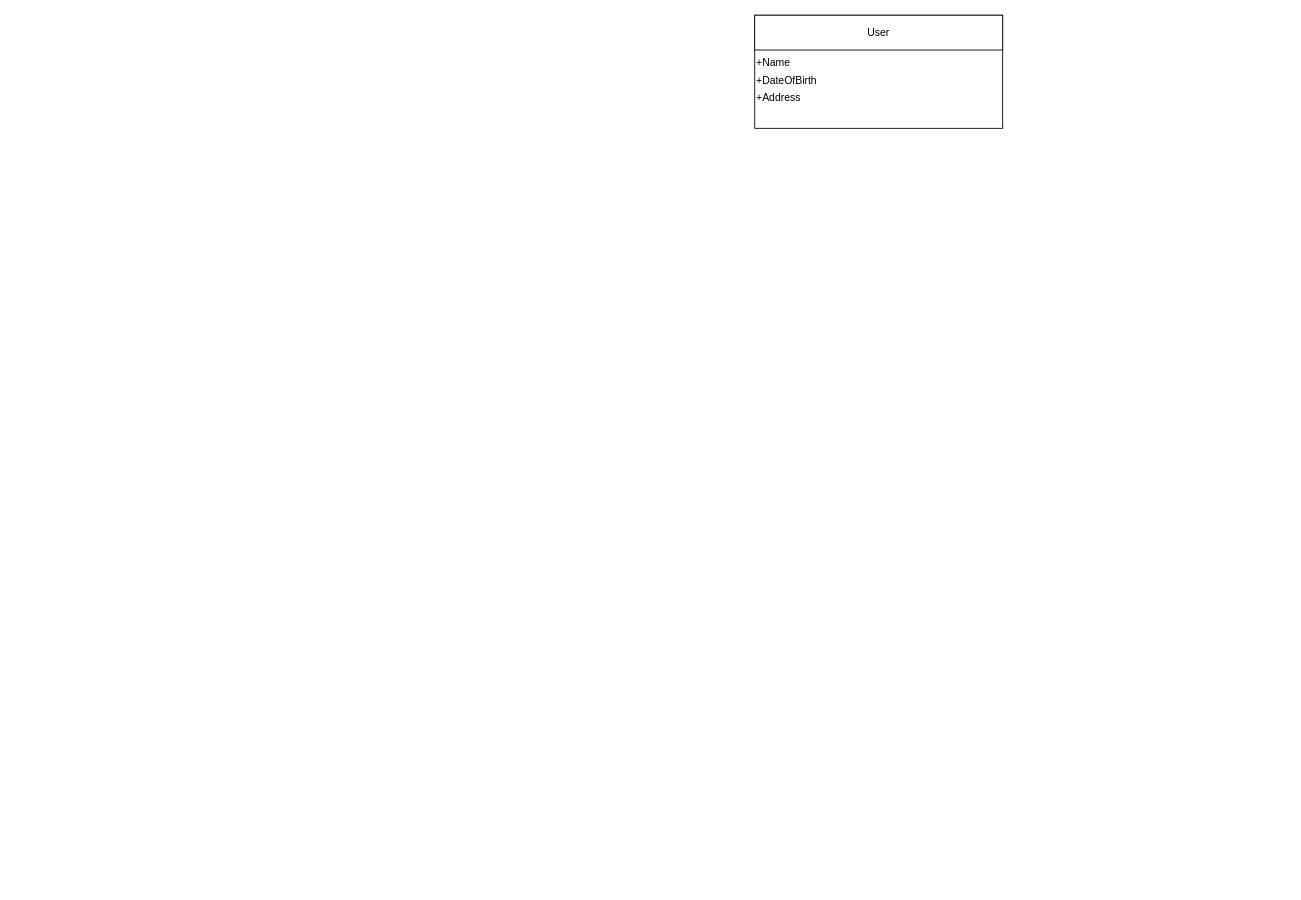
Before: ClassDiagram_M2.drawio in SENG-350-2024-fall/Team-6, a draw.io diagram. Source tidied: cells renumbered, new cells numbered last; positions are measured from the earlier drawing's top-left corner, leaving out a move shared by most shapes. Both pictures are drawn from the tidied source at 87%, with x=0, y=0 at pixel (754, 15).
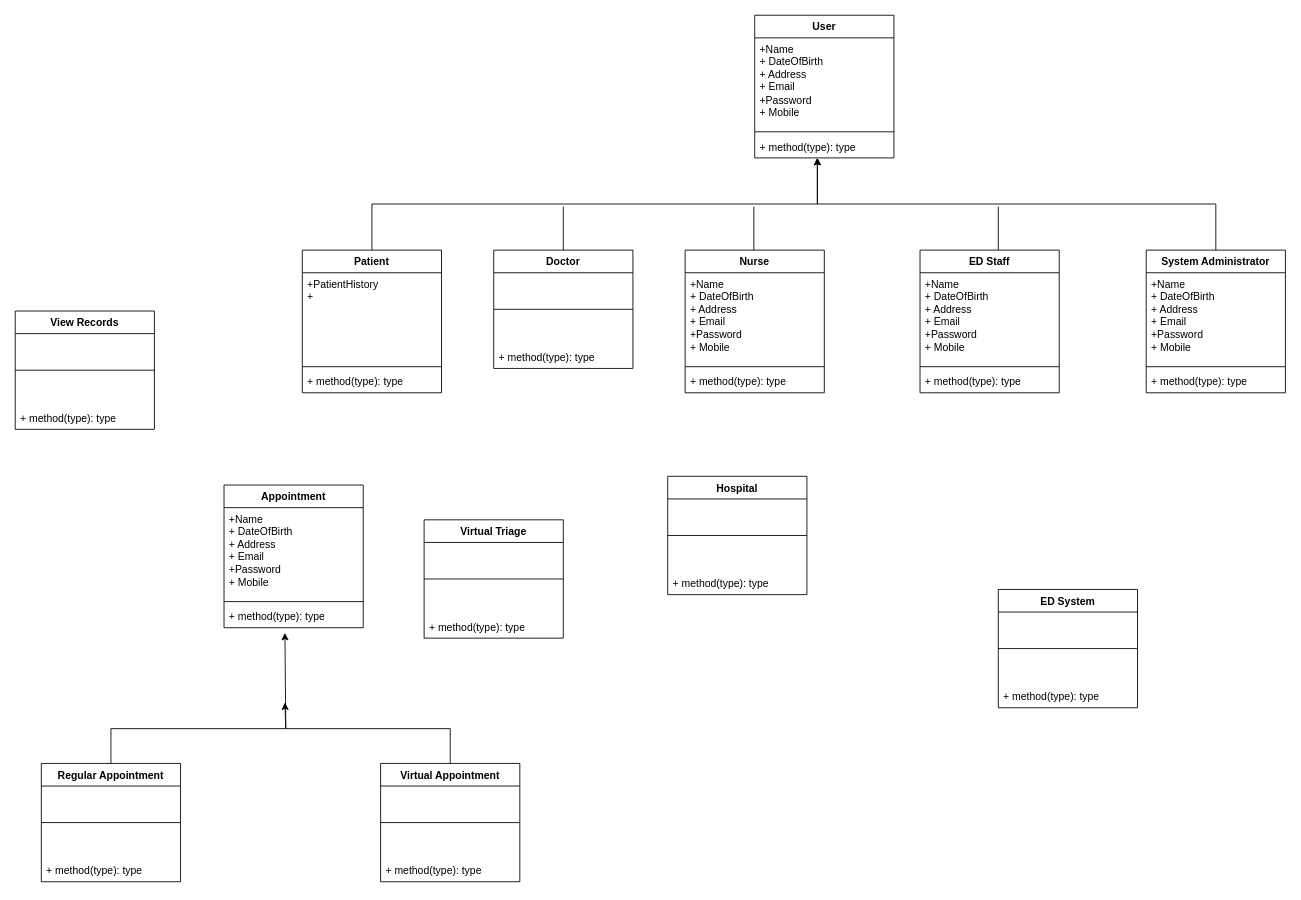
The same diagram, later.

The edit, as a diff of the source:
```diff
@@
-    <mxCell id="2" style="rounded=0;whiteSpace=wrap;html=1;" parent="1" vertex="1">
-      <mxGeometry width="285" height="130" as="geometry" />
-    </mxCell>
+    <mxCell id="7" value="Nurse" style="swimlane;fontStyle=1;align=center;verticalAlign=top;horizontal=1;startSize=26;whiteSpace=wrap;html=1;" parent="1" vertex="1">
+      <mxGeometry x="-80" y="270" width="160" height="164" as="geometry" />
+    </mxCell>
+    <mxCell id="8" value="&lt;div&gt;+Name&lt;/div&gt;&lt;div&gt;+ DateOfBirth&lt;/div&gt;&lt;div&gt;+ Address&lt;/div&gt;&lt;div&gt;+ Email&lt;/div&gt;&lt;div&gt;+Password&lt;/div&gt;&lt;div&gt;+ Mobile&lt;br&gt;&lt;/div&gt;" style="text;strokeColor=none;fillColor=none;align=left;verticalAlign=top;spacingLeft=4;spacingRight=4;overflow=hidden;whiteSpace=wrap;html=1;" parent="7" vertex="1">
+      <mxGeometry y="26" width="160" height="104" as="geometry" />
+    </mxCell>
+    <mxCell id="9" style="line;strokeWidth=1;fillColor=none;align=left;verticalAlign=middle;spacingTop=-1;spacingLeft=3;spacingRight=3;labelPosition=right;strokeColor=inherit;" parent="7" vertex="1">
+      <mxGeometry y="130" width="160" height="8" as="geometry" />
+    </mxCell>
+    <mxCell id="10" value="+ method(type): type" style="text;strokeColor=none;fillColor=none;align=left;verticalAlign=top;spacingLeft=4;spacingRight=4;overflow=hidden;whiteSpace=wrap;html=1;" parent="7" vertex="1">
+      <mxGeometry y="138" width="160" height="26" as="geometry" />
+    </mxCell>
+    <mxCell id="11" value="Patient" style="swimlane;fontStyle=1;align=center;verticalAlign=top;horizontal=1;startSize=26;whiteSpace=wrap;html=1;" parent="1" vertex="1">
+      <mxGeometry x="-520" y="270" width="160" height="164" as="geometry" />
+    </mxCell>
+    <mxCell id="12" value="&lt;div&gt;+PatientHistory&lt;br&gt;+&lt;br&gt;&lt;/div&gt;" style="text;strokeColor=none;fillColor=none;align=left;verticalAlign=top;spacingLeft=4;spacingRight=4;overflow=hidden;whiteSpace=wrap;html=1;" parent="11" vertex="1">
+      <mxGeometry y="26" width="160" height="104" as="geometry" />
+    </mxCell>
+    <mxCell id="13" style="line;strokeWidth=1;fillColor=none;align=left;verticalAlign=middle;spacingTop=-1;spacingLeft=3;spacingRight=3;labelPosition=right;strokeColor=inherit;" parent="11" vertex="1">
+      <mxGeometry y="130" width="160" height="8" as="geometry" />
+    </mxCell>
+    <mxCell id="14" value="+ method(type): type" style="text;strokeColor=none;fillColor=none;align=left;verticalAlign=top;spacingLeft=4;spacingRight=4;overflow=hidden;whiteSpace=wrap;html=1;" parent="11" vertex="1">
+      <mxGeometry y="138" width="160" height="26" as="geometry" />
+    </mxCell>
+    <mxCell id="15" value="ED Staff" style="swimlane;fontStyle=1;align=center;verticalAlign=top;horizontal=1;startSize=26;whiteSpace=wrap;html=1;" parent="1" vertex="1">
+      <mxGeometry x="190" y="270" width="160" height="164" as="geometry" />
+    </mxCell>
+    <mxCell id="16" value="&lt;div&gt;+Name&lt;/div&gt;&lt;div&gt;+ DateOfBirth&lt;/div&gt;&lt;div&gt;+ Address&lt;/div&gt;&lt;div&gt;+ Email&lt;/div&gt;&lt;div&gt;+Password&lt;/div&gt;&lt;div&gt;+ Mobile&lt;br&gt;&lt;/div&gt;" style="text;strokeColor=none;fillColor=none;align=left;verticalAlign=top;spacingLeft=4;spacingRight=4;overflow=hidden;whiteSpace=wrap;html=1;" parent="15" vertex="1">
+      <mxGeometry y="26" width="160" height="104" as="geometry" />
+    </mxCell>
+    <mxCell id="17" style="line;strokeWidth=1;fillColor=none;align=left;verticalAlign=middle;spacingTop=-1;spacingLeft=3;spacingRight=3;labelPosition=right;strokeColor=inherit;" parent="15" vertex="1">
+      <mxGeometry y="130" width="160" height="8" as="geometry" />
+    </mxCell>
+    <mxCell id="18" value="+ method(type): type" style="text;strokeColor=none;fillColor=none;align=left;verticalAlign=top;spacingLeft=4;spacingRight=4;overflow=hidden;whiteSpace=wrap;html=1;" parent="15" vertex="1">
+      <mxGeometry y="138" width="160" height="26" as="geometry" />
+    </mxCell>
+    <mxCell id="19" value="System Administrator" style="swimlane;fontStyle=1;align=center;verticalAlign=top;horizontal=1;startSize=26;whiteSpace=wrap;html=1;" parent="1" vertex="1">
+      <mxGeometry x="450" y="270" width="160" height="164" as="geometry" />
+    </mxCell>
+    <mxCell id="20" value="&lt;div&gt;+Name&lt;/div&gt;&lt;div&gt;+ DateOfBirth&lt;/div&gt;&lt;div&gt;+ Address&lt;/div&gt;&lt;div&gt;+ Email&lt;/div&gt;&lt;div&gt;+Password&lt;/div&gt;&lt;div&gt;+ Mobile&lt;br&gt;&lt;/div&gt;" style="text;strokeColor=none;fillColor=none;align=left;verticalAlign=top;spacingLeft=4;spacingRight=4;overflow=hidden;whiteSpace=wrap;html=1;" parent="19" vertex="1">
+      <mxGeometry y="26" width="160" height="104" as="geometry" />
+    </mxCell>
+    <mxCell id="21" style="line;strokeWidth=1;fillColor=none;align=left;verticalAlign=middle;spacingTop=-1;spacingLeft=3;spacingRight=3;labelPosition=right;strokeColor=inherit;" parent="19" vertex="1">
+      <mxGeometry y="130" width="160" height="8" as="geometry" />
+    </mxCell>
+    <mxCell id="22" value="+ method(type): type" style="text;strokeColor=none;fillColor=none;align=left;verticalAlign=top;spacingLeft=4;spacingRight=4;overflow=hidden;whiteSpace=wrap;html=1;" parent="19" vertex="1">
+      <mxGeometry y="138" width="160" height="26" as="geometry" />
+    </mxCell>
+    <mxCell id="23" value="Doctor" style="swimlane;fontStyle=1;align=center;verticalAlign=top;horizontal=1;startSize=26;whiteSpace=wrap;html=1;" parent="1" vertex="1">
+      <mxGeometry x="-300" y="270" width="160" height="136" as="geometry" />
+    </mxCell>
+    <mxCell id="24" style="line;strokeWidth=1;fillColor=none;align=left;verticalAlign=middle;spacingTop=-1;spacingLeft=3;spacingRight=3;labelPosition=right;strokeColor=inherit;" parent="23" vertex="1">
+      <mxGeometry y="26" width="160" height="84" as="geometry" />
+    </mxCell>
+    <mxCell id="25" value="+ method(type): type" style="text;strokeColor=none;fillColor=none;align=left;verticalAlign=top;spacingLeft=4;spacingRight=4;overflow=hidden;whiteSpace=wrap;html=1;" parent="23" vertex="1">
+      <mxGeometry y="110" width="160" height="26" as="geometry" />
+    </mxCell>
-    <mxCell id="3" value="User" style="rounded=0;whiteSpace=wrap;html=1;" parent="1" vertex="1">
-      <mxGeometry width="285" height="40" as="geometry" />
+    <mxCell id="3" value="User" style="swimlane;fontStyle=1;align=center;verticalAlign=top;horizontal=1;startSize=26;whiteSpace=wrap;html=1;" parent="1" vertex="1">
+      <mxGeometry width="160" height="164" as="geometry" />
     </mxCell>
-    <mxCell id="4" value="&lt;div&gt;+Name&lt;/div&gt;" style="text;html=1;align=left;verticalAlign=middle;whiteSpace=wrap;rounded=0;" parent="1" vertex="1">
-      <mxGeometry y="40" width="285" height="30" as="geometry" />
-    </mxCell>
-    <mxCell id="5" value="&lt;div&gt;+DateOfBirth&lt;br&gt;&lt;/div&gt;" style="text;html=1;align=left;verticalAlign=middle;whiteSpace=wrap;rounded=0;" parent="1" vertex="1">
-      <mxGeometry y="60" width="285" height="30" as="geometry" />
-    </mxCell>
-    <mxCell id="6" value="&lt;div&gt;+Address&lt;/div&gt;" style="text;html=1;align=left;verticalAlign=middle;whiteSpace=wrap;rounded=0;" parent="1" vertex="1">
-      <mxGeometry y="80" width="285" height="30" as="geometry" />
-    </mxCell>
+    <mxCell id="26" value="&lt;div&gt;+Name&lt;/div&gt;&lt;div&gt;+ DateOfBirth&lt;/div&gt;&lt;div&gt;+ Address&lt;/div&gt;&lt;div&gt;+ Email&lt;/div&gt;&lt;div&gt;+Password&lt;/div&gt;&lt;div&gt;+ Mobile&lt;br&gt;&lt;/div&gt;" style="text;strokeColor=none;fillColor=none;align=left;verticalAlign=top;spacingLeft=4;spacingRight=4;overflow=hidden;whiteSpace=wrap;html=1;" parent="3" vertex="1">
+      <mxGeometry y="26" width="160" height="104" as="geometry" />
+    </mxCell>
+    <mxCell id="27" style="line;strokeWidth=1;fillColor=none;align=left;verticalAlign=middle;spacingTop=-1;spacingLeft=3;spacingRight=3;labelPosition=right;strokeColor=inherit;" parent="3" vertex="1">
+      <mxGeometry y="130" width="160" height="8" as="geometry" />
+    </mxCell>
+    <mxCell id="28" value="+ method(type): type" style="text;strokeColor=none;fillColor=none;align=left;verticalAlign=top;spacingLeft=4;spacingRight=4;overflow=hidden;points=[[0,0.5],[1,0.5]];portConstraint=eastwest;whiteSpace=wrap;html=1;" parent="3" vertex="1">
+      <mxGeometry y="138" width="160" height="26" as="geometry" />
+    </mxCell>
+    <mxCell id="29" style="edgeStyle=orthogonalEdgeStyle;rounded=0;jettySize=auto;html=1;entryX=0.45;entryY=1;entryDx=0;entryDy=0;entryPerimeter=0;" parent="1" edge="1" source="11" target="28">
+      <mxGeometry relative="1" as="geometry" />
+    </mxCell>
+    <mxCell id="30" style="endArrow=none;html=1;rounded=0;" parent="1" edge="1">
+      <mxGeometry relative="1" as="geometry">
+        <mxPoint x="-220" y="270" as="sourcePoint" />
+        <mxPoint x="-220" y="220" as="targetPoint" />
+      </mxGeometry>
+    </mxCell>
+    <mxCell id="31" style="edgeStyle=orthogonalEdgeStyle;rounded=0;jettySize=auto;html=1;exitX=0.5;exitY=0;exitDx=0;exitDy=0;entryX=0.45;entryY=1;entryDx=0;entryDy=0;entryPerimeter=0;" parent="1" edge="1" source="19" target="28">
+      <mxGeometry relative="1" as="geometry" />
+    </mxCell>
+    <mxCell id="32" style="endArrow=none;html=1;rounded=0;" parent="1" edge="1">
+      <mxGeometry relative="1" as="geometry">
+        <mxPoint x="-1" y="270" as="sourcePoint" />
+        <mxPoint x="-1" y="220" as="targetPoint" />
+      </mxGeometry>
+    </mxCell>
+    <mxCell id="33" style="endArrow=none;html=1;rounded=0;" parent="1" edge="1">
+      <mxGeometry relative="1" as="geometry">
+        <mxPoint x="280" y="270" as="sourcePoint" />
+        <mxPoint x="280" y="220" as="targetPoint" />
+      </mxGeometry>
+    </mxCell>
+    <mxCell id="34" value="Appointment" style="swimlane;fontStyle=1;align=center;verticalAlign=top;horizontal=1;startSize=26;whiteSpace=wrap;html=1;" parent="1" vertex="1">
+      <mxGeometry x="-610" y="540" width="160" height="164" as="geometry" />
+    </mxCell>
+    <mxCell id="35" value="&lt;div&gt;+Name&lt;/div&gt;&lt;div&gt;+ DateOfBirth&lt;/div&gt;&lt;div&gt;+ Address&lt;/div&gt;&lt;div&gt;+ Email&lt;/div&gt;&lt;div&gt;+Password&lt;/div&gt;&lt;div&gt;+ Mobile&lt;br&gt;&lt;/div&gt;" style="text;strokeColor=none;fillColor=none;align=left;verticalAlign=top;spacingLeft=4;spacingRight=4;overflow=hidden;whiteSpace=wrap;html=1;" parent="34" vertex="1">
+      <mxGeometry y="26" width="160" height="104" as="geometry" />
+    </mxCell>
+    <mxCell id="36" style="line;strokeWidth=1;fillColor=none;align=left;verticalAlign=middle;spacingTop=-1;spacingLeft=3;spacingRight=3;labelPosition=right;strokeColor=inherit;" parent="34" vertex="1">
+      <mxGeometry y="130" width="160" height="8" as="geometry" />
+    </mxCell>
+    <mxCell id="37" value="+ method(type): type" style="text;strokeColor=none;fillColor=none;align=left;verticalAlign=top;spacingLeft=4;spacingRight=4;overflow=hidden;whiteSpace=wrap;html=1;" parent="34" vertex="1">
+      <mxGeometry y="138" width="160" height="26" as="geometry" />
+    </mxCell>
+    <mxCell id="38" style="edgeStyle=orthogonalEdgeStyle;rounded=0;jettySize=auto;html=1;" parent="1" edge="1" source="39">
+      <mxGeometry relative="1" as="geometry">
+        <mxPoint x="-540" y="790" as="targetPoint" />
+        <Array as="points">
+          <mxPoint x="-740" y="820" />
+          <mxPoint x="-539" y="820" />
+        </Array>
+      </mxGeometry>
+    </mxCell>
+    <mxCell id="39" value="Regular Appointment" style="swimlane;fontStyle=1;align=center;verticalAlign=top;horizontal=1;startSize=26;whiteSpace=wrap;html=1;" parent="1" vertex="1">
+      <mxGeometry x="-820" y="860" width="160" height="136" as="geometry" />
+    </mxCell>
+    <mxCell id="40" style="line;strokeWidth=1;fillColor=none;align=left;verticalAlign=middle;spacingTop=-1;spacingLeft=3;spacingRight=3;labelPosition=right;strokeColor=inherit;" parent="39" vertex="1">
+      <mxGeometry y="26" width="160" height="84" as="geometry" />
+    </mxCell>
+    <mxCell id="41" value="+ method(type): type" style="text;strokeColor=none;fillColor=none;align=left;verticalAlign=top;spacingLeft=4;spacingRight=4;overflow=hidden;whiteSpace=wrap;html=1;" parent="39" vertex="1">
+      <mxGeometry y="110" width="160" height="26" as="geometry" />
+    </mxCell>
+    <mxCell id="42" style="edgeStyle=orthogonalEdgeStyle;rounded=0;jettySize=auto;html=1;" parent="1" edge="1" source="43">
+      <mxGeometry relative="1" as="geometry">
+        <mxPoint x="-540" y="710" as="targetPoint" />
+        <Array as="points">
+          <mxPoint x="-350" y="820" />
+          <mxPoint x="-539" y="820" />
+        </Array>
+      </mxGeometry>
+    </mxCell>
+    <mxCell id="43" value="Virtual Appointment" style="swimlane;fontStyle=1;align=center;verticalAlign=top;horizontal=1;startSize=26;whiteSpace=wrap;html=1;" parent="1" vertex="1">
+      <mxGeometry x="-430" y="860" width="160" height="136" as="geometry" />
+    </mxCell>
+    <mxCell id="44" style="line;strokeWidth=1;fillColor=none;align=left;verticalAlign=middle;spacingTop=-1;spacingLeft=3;spacingRight=3;labelPosition=right;strokeColor=inherit;" parent="43" vertex="1">
+      <mxGeometry y="26" width="160" height="84" as="geometry" />
+    </mxCell>
+    <mxCell id="45" value="+ method(type): type" style="text;strokeColor=none;fillColor=none;align=left;verticalAlign=top;spacingLeft=4;spacingRight=4;overflow=hidden;whiteSpace=wrap;html=1;" parent="43" vertex="1">
+      <mxGeometry y="110" width="160" height="26" as="geometry" />
+    </mxCell>
+    <mxCell id="46" value="Hospital" style="swimlane;fontStyle=1;align=center;verticalAlign=top;horizontal=1;startSize=26;whiteSpace=wrap;html=1;" parent="1" vertex="1">
+      <mxGeometry x="-100" y="530" width="160" height="136" as="geometry" />
+    </mxCell>
+    <mxCell id="47" style="line;strokeWidth=1;fillColor=none;align=left;verticalAlign=middle;spacingTop=-1;spacingLeft=3;spacingRight=3;labelPosition=right;strokeColor=inherit;" parent="46" vertex="1">
+      <mxGeometry y="26" width="160" height="84" as="geometry" />
+    </mxCell>
+    <mxCell id="48" value="+ method(type): type" style="text;strokeColor=none;fillColor=none;align=left;verticalAlign=top;spacingLeft=4;spacingRight=4;overflow=hidden;whiteSpace=wrap;html=1;" parent="46" vertex="1">
+      <mxGeometry y="110" width="160" height="26" as="geometry" />
+    </mxCell>
+    <mxCell id="49" value="ED System" style="swimlane;fontStyle=1;align=center;verticalAlign=top;horizontal=1;startSize=26;whiteSpace=wrap;html=1;" parent="1" vertex="1">
+      <mxGeometry x="280" y="660" width="160" height="136" as="geometry" />
+    </mxCell>
+    <mxCell id="50" style="line;strokeWidth=1;fillColor=none;align=left;verticalAlign=middle;spacingTop=-1;spacingLeft=3;spacingRight=3;labelPosition=right;strokeColor=inherit;" parent="49" vertex="1">
+      <mxGeometry y="26" width="160" height="84" as="geometry" />
+    </mxCell>
+    <mxCell id="51" value="+ method(type): type" style="text;strokeColor=none;fillColor=none;align=left;verticalAlign=top;spacingLeft=4;spacingRight=4;overflow=hidden;whiteSpace=wrap;html=1;" parent="49" vertex="1">
+      <mxGeometry y="110" width="160" height="26" as="geometry" />
+    </mxCell>
+    <mxCell id="52" value="Virtual Triage" style="swimlane;fontStyle=1;align=center;verticalAlign=top;horizontal=1;startSize=26;whiteSpace=wrap;html=1;" parent="1" vertex="1">
+      <mxGeometry x="-380" y="580" width="160" height="136" as="geometry" />
+    </mxCell>
+    <mxCell id="53" style="line;strokeWidth=1;fillColor=none;align=left;verticalAlign=middle;spacingTop=-1;spacingLeft=3;spacingRight=3;labelPosition=right;strokeColor=inherit;" parent="52" vertex="1">
+      <mxGeometry y="26" width="160" height="84" as="geometry" />
+    </mxCell>
+    <mxCell id="54" value="+ method(type): type" style="text;strokeColor=none;fillColor=none;align=left;verticalAlign=top;spacingLeft=4;spacingRight=4;overflow=hidden;whiteSpace=wrap;html=1;" parent="52" vertex="1">
+      <mxGeometry y="110" width="160" height="26" as="geometry" />
+    </mxCell>
+    <mxCell id="55" value="View Records" style="swimlane;fontStyle=1;align=center;verticalAlign=top;horizontal=1;startSize=26;whiteSpace=wrap;html=1;" parent="1" vertex="1">
+      <mxGeometry x="-850" y="340" width="160" height="136" as="geometry" />
+    </mxCell>
+    <mxCell id="56" style="line;strokeWidth=1;fillColor=none;align=left;verticalAlign=middle;spacingTop=-1;spacingLeft=3;spacingRight=3;labelPosition=right;strokeColor=inherit;" parent="55" vertex="1">
+      <mxGeometry y="26" width="160" height="84" as="geometry" />
+    </mxCell>
+    <mxCell id="57" value="+ method(type): type" style="text;strokeColor=none;fillColor=none;align=left;verticalAlign=top;spacingLeft=4;spacingRight=4;overflow=hidden;whiteSpace=wrap;html=1;" parent="55" vertex="1">
+      <mxGeometry y="110" width="160" height="26" as="geometry" />
+    </mxCell>
```
